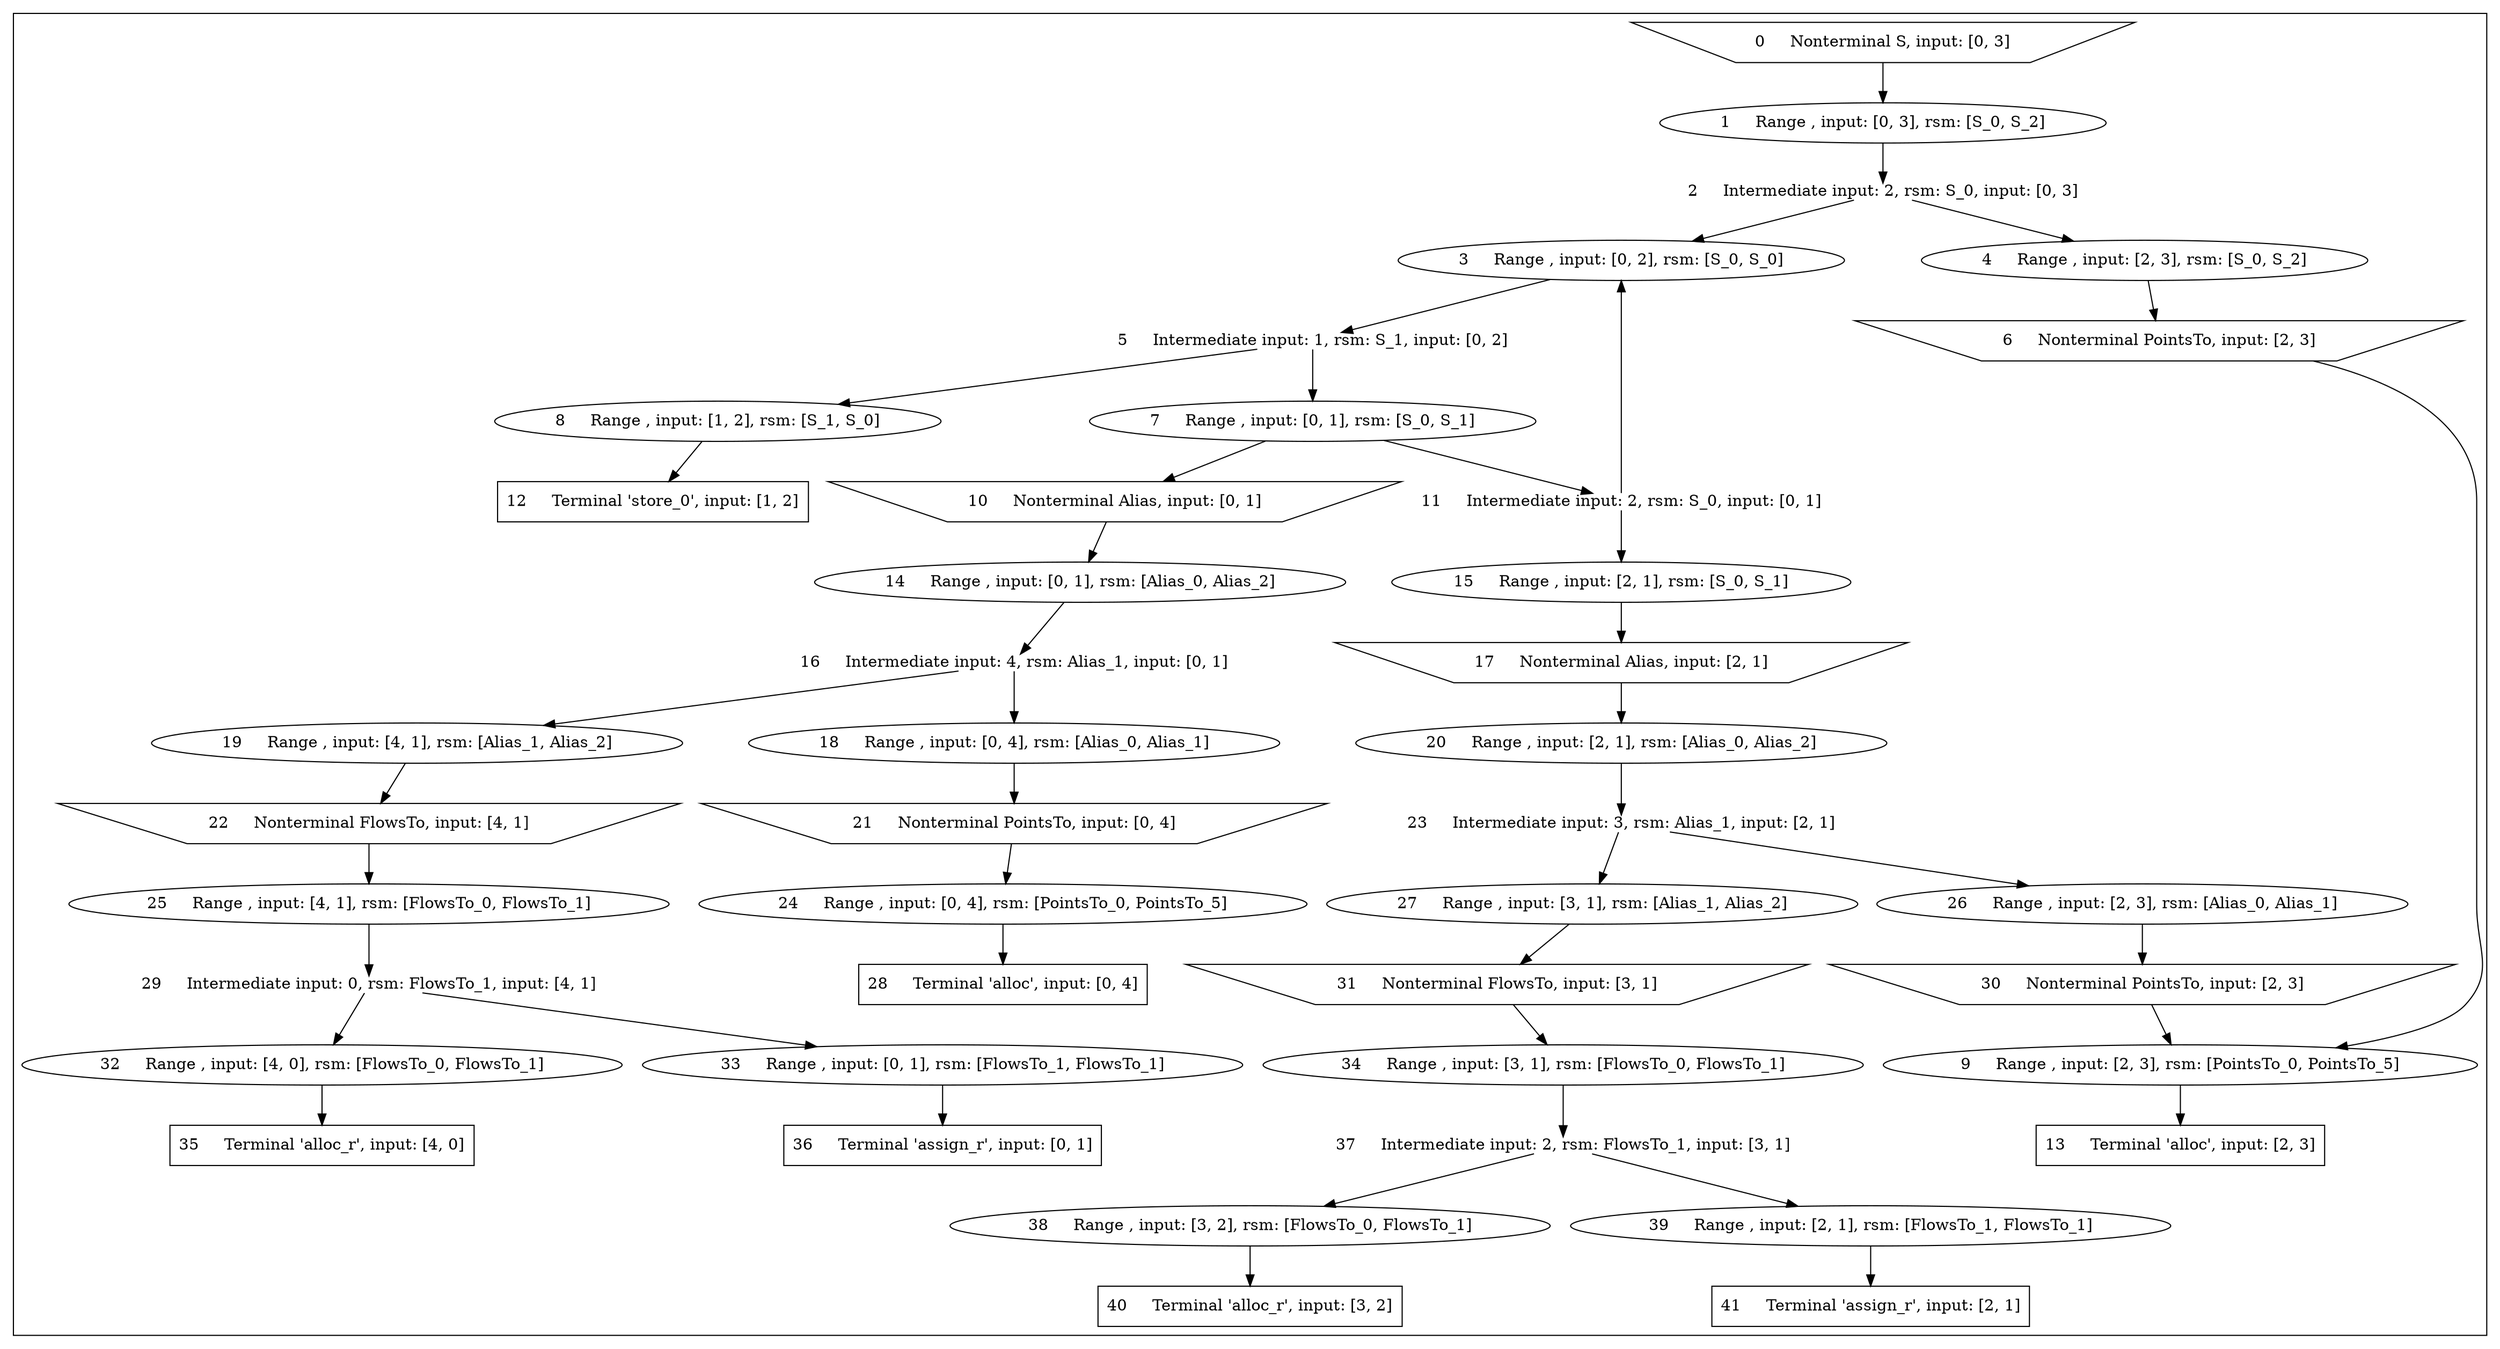
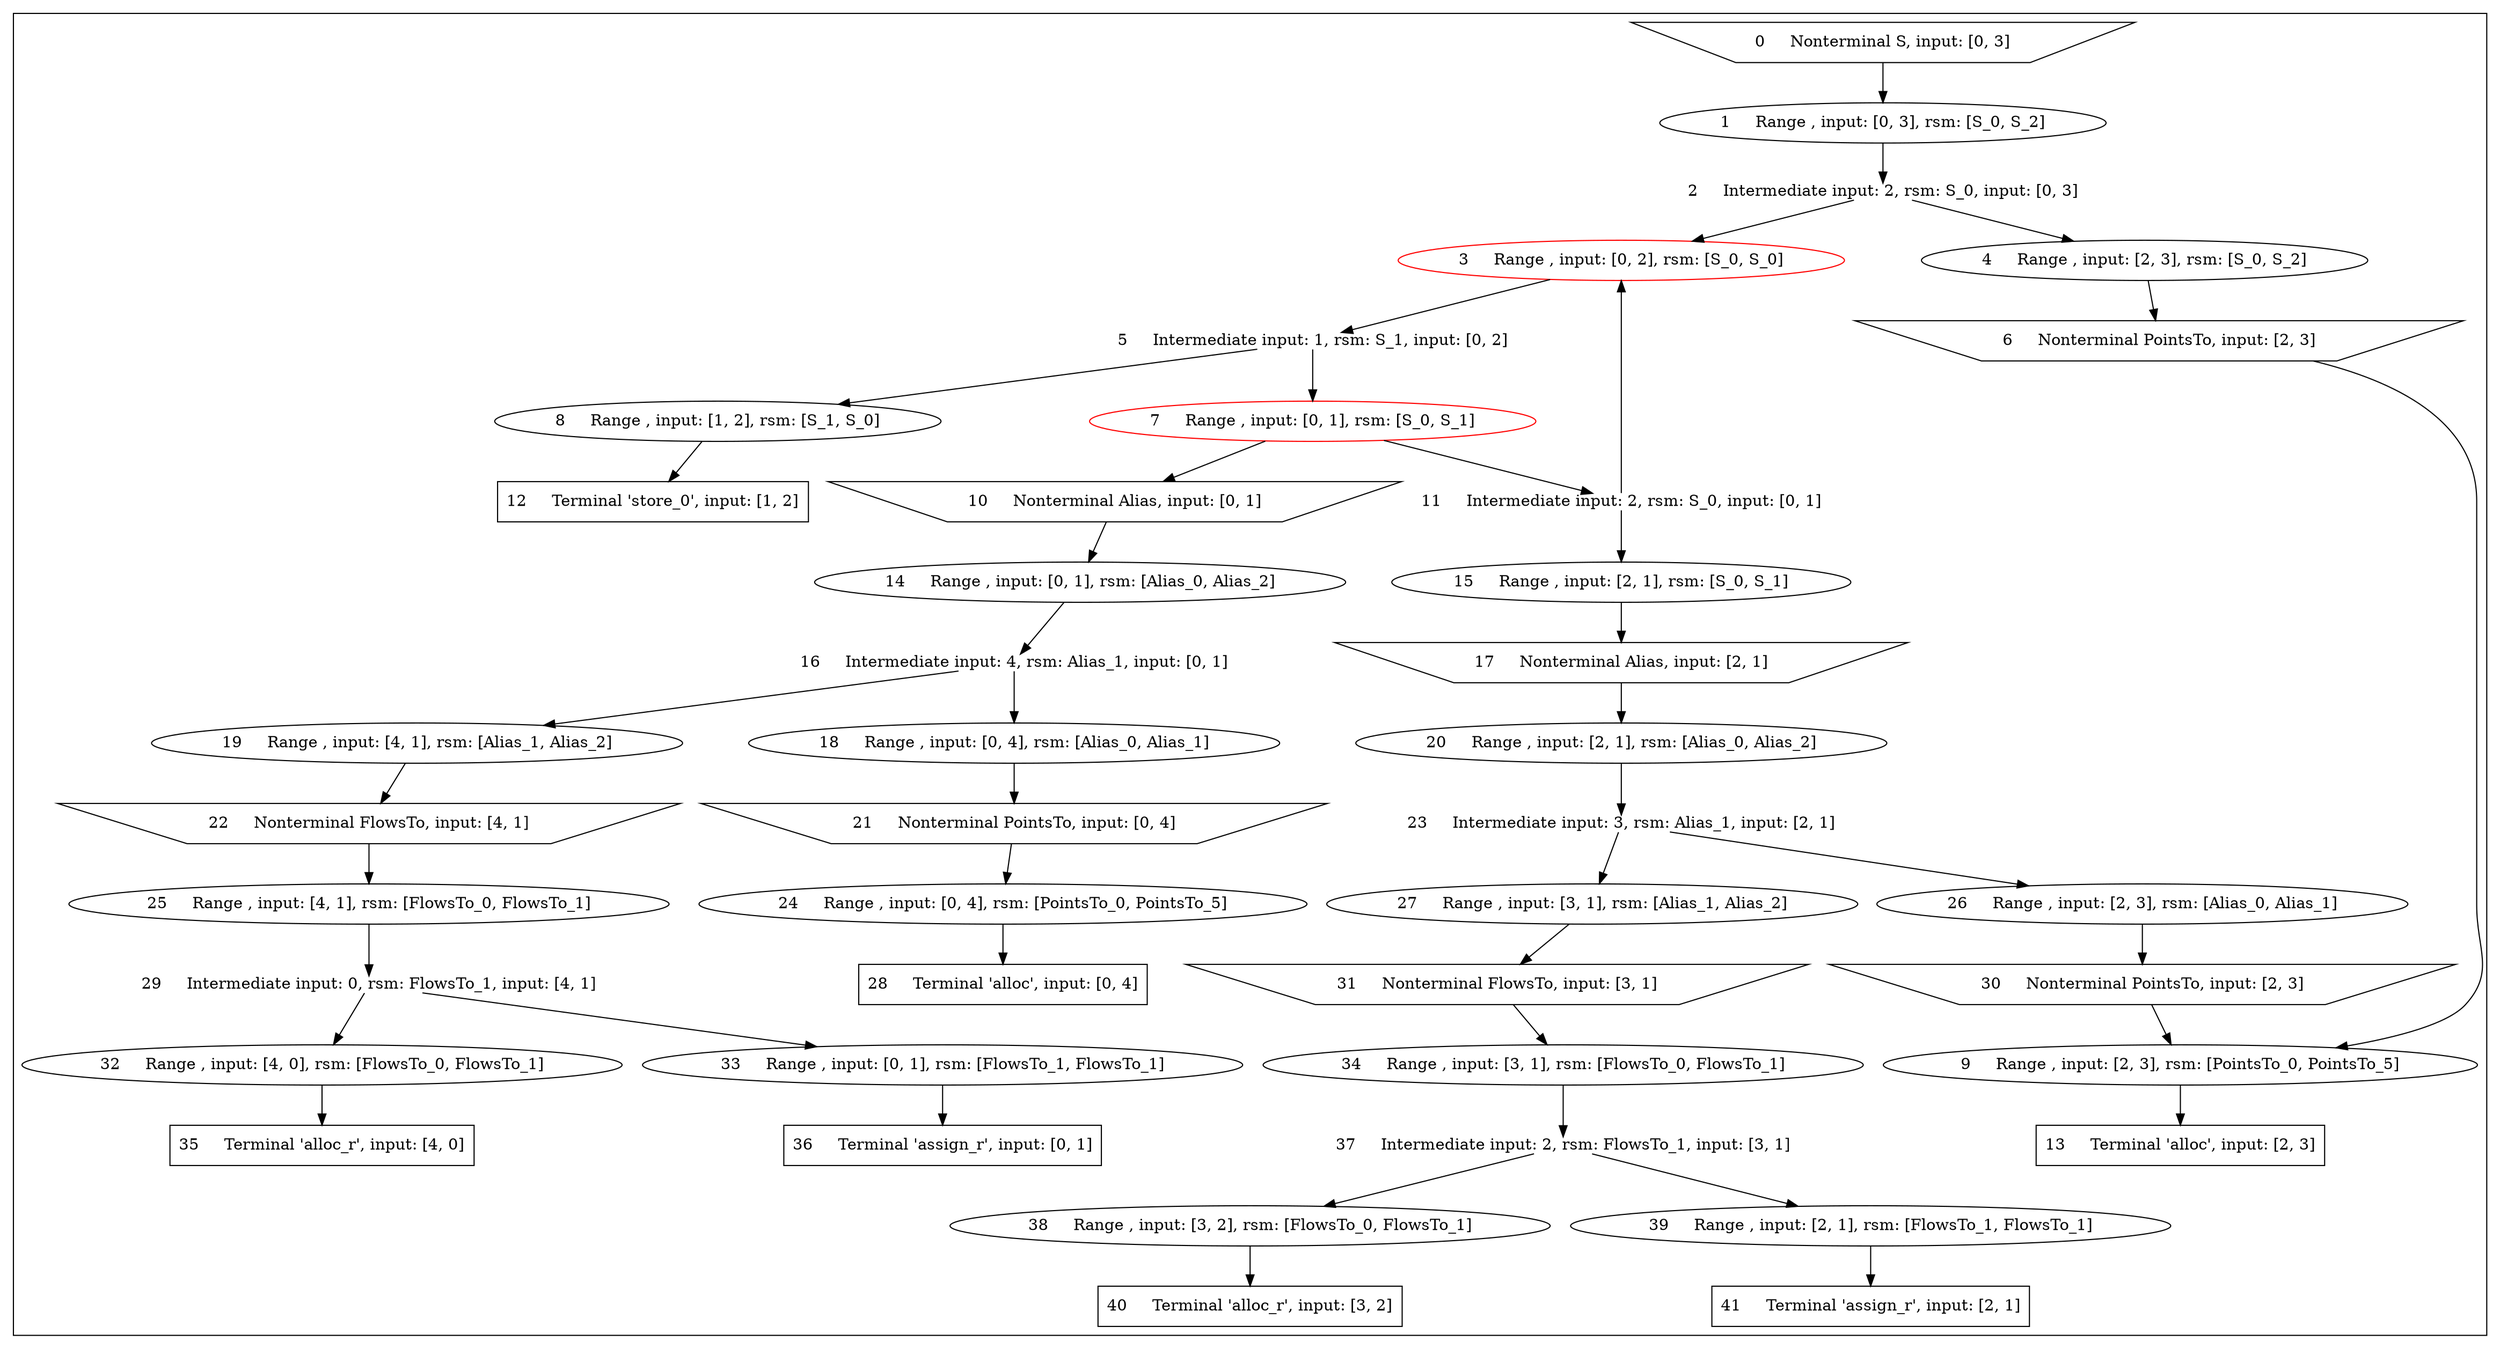
digraph g {
labelloc="t"
label=""
subgraph cluster_0{
labelloc="t"
_0_0 [label = "0     Nonterminal S, input: [0, 3]", shape = invtrapezium]
_0_1 [label = "1     Range , input: [0, 3], rsm: [S_0, S_2]", shape = ellipse]
_0_2 [label = "10     Nonterminal Alias, input: [0, 1]", shape = invtrapezium]
- _0_3 [label = "11     Intermediate input: 2, rsm: S_0, input: [0, 1]", shape = plain]
+ _0_3 [label = "11     Intermediate input: 2, rsm: S_0, input: [0, 1]", shape = plain, color="red"]
_0_4 [label = "12     Terminal 'store_0', input: [1, 2]", shape = rectangle]
_0_5 [label = "13     Terminal 'alloc', input: [2, 3]", shape = rectangle]
_0_6 [label = "14     Range , input: [0, 1], rsm: [Alias_0, Alias_2]", shape = ellipse]
_0_7 [label = "15     Range , input: [2, 1], rsm: [S_0, S_1]", shape = ellipse]
_0_8 [label = "16     Intermediate input: 4, rsm: Alias_1, input: [0, 1]", shape = plain]
_0_9 [label = "17     Nonterminal Alias, input: [2, 1]", shape = invtrapezium]
_0_10 [label = "18     Range , input: [0, 4], rsm: [Alias_0, Alias_1]", shape = ellipse]
_0_11 [label = "19     Range , input: [4, 1], rsm: [Alias_1, Alias_2]", shape = ellipse]
_0_12 [label = "2     Intermediate input: 2, rsm: S_0, input: [0, 3]", shape = plain]
_0_13 [label = "20     Range , input: [2, 1], rsm: [Alias_0, Alias_2]", shape = ellipse]
_0_14 [label = "21     Nonterminal PointsTo, input: [0, 4]", shape = invtrapezium]
_0_15 [label = "22     Nonterminal FlowsTo, input: [4, 1]", shape = invtrapezium]
_0_16 [label = "23     Intermediate input: 3, rsm: Alias_1, input: [2, 1]", shape = plain]
_0_17 [label = "24     Range , input: [0, 4], rsm: [PointsTo_0, PointsTo_5]", shape = ellipse]
_0_18 [label = "25     Range , input: [4, 1], rsm: [FlowsTo_0, FlowsTo_1]", shape = ellipse]
_0_19 [label = "26     Range , input: [2, 3], rsm: [Alias_0, Alias_1]", shape = ellipse]
_0_20 [label = "27     Range , input: [3, 1], rsm: [Alias_1, Alias_2]", shape = ellipse]
_0_21 [label = "28     Terminal 'alloc', input: [0, 4]", shape = rectangle]
_0_22 [label = "29     Intermediate input: 0, rsm: FlowsTo_1, input: [4, 1]", shape = plain]
- _0_23 [label = "3     Range , input: [0, 2], rsm: [S_0, S_0]", shape = ellipse]
+ _0_23 [label = "3     Range , input: [0, 2], rsm: [S_0, S_0]", shape = ellipse, color="red"]
_0_24 [label = "30     Nonterminal PointsTo, input: [2, 3]", shape = invtrapezium]
_0_25 [label = "31     Nonterminal FlowsTo, input: [3, 1]", shape = invtrapezium]
_0_26 [label = "32     Range , input: [4, 0], rsm: [FlowsTo_0, FlowsTo_1]", shape = ellipse]
_0_27 [label = "33     Range , input: [0, 1], rsm: [FlowsTo_1, FlowsTo_1]", shape = ellipse]
_0_28 [label = "34     Range , input: [3, 1], rsm: [FlowsTo_0, FlowsTo_1]", shape = ellipse]
_0_29 [label = "35     Terminal 'alloc_r', input: [4, 0]", shape = rectangle]
_0_30 [label = "36     Terminal 'assign_r', input: [0, 1]", shape = rectangle]
_0_31 [label = "37     Intermediate input: 2, rsm: FlowsTo_1, input: [3, 1]", shape = plain]
_0_32 [label = "38     Range , input: [3, 2], rsm: [FlowsTo_0, FlowsTo_1]", shape = ellipse]
_0_33 [label = "39     Range , input: [2, 1], rsm: [FlowsTo_1, FlowsTo_1]", shape = ellipse]
_0_34 [label = "4     Range , input: [2, 3], rsm: [S_0, S_2]", shape = ellipse]
_0_35 [label = "40     Terminal 'alloc_r', input: [3, 2]", shape = rectangle]
_0_36 [label = "41     Terminal 'assign_r', input: [2, 1]", shape = rectangle]
- _0_37 [label = "5     Intermediate input: 1, rsm: S_1, input: [0, 2]", shape = plain]
+ _0_37 [label = "5     Intermediate input: 1, rsm: S_1, input: [0, 2]", shape = plain, color="red"]
_0_38 [label = "6     Nonterminal PointsTo, input: [2, 3]", shape = invtrapezium]
- _0_39 [label = "7     Range , input: [0, 1], rsm: [S_0, S_1]", shape = ellipse]
+ _0_39 [label = "7     Range , input: [0, 1], rsm: [S_0, S_1]", shape = ellipse, color="red"]
_0_40 [label = "8     Range , input: [1, 2], rsm: [S_1, S_0]", shape = ellipse]
_0_41 [label = "9     Range , input: [2, 3], rsm: [PointsTo_0, PointsTo_5]", shape = ellipse]
_0_0->_0_1
_0_1->_0_12
_0_2->_0_6
_0_3->_0_23
_0_3->_0_7
_0_6->_0_8
_0_7->_0_9
_0_8->_0_10
_0_8->_0_11
_0_9->_0_13
_0_10->_0_14
_0_11->_0_15
_0_12->_0_23
_0_12->_0_34
_0_13->_0_16
_0_14->_0_17
_0_15->_0_18
_0_16->_0_19
_0_16->_0_20
_0_17->_0_21
_0_18->_0_22
_0_19->_0_24
_0_20->_0_25
_0_22->_0_26
_0_22->_0_27
_0_23->_0_37
_0_24->_0_41
_0_25->_0_28
_0_26->_0_29
_0_27->_0_30
_0_28->_0_31
_0_31->_0_32
_0_31->_0_33
_0_32->_0_35
_0_33->_0_36
_0_34->_0_38
_0_37->_0_39
_0_37->_0_40
_0_38->_0_41
_0_39->_0_2
_0_39->_0_3
_0_40->_0_4
_0_41->_0_5
}


}

